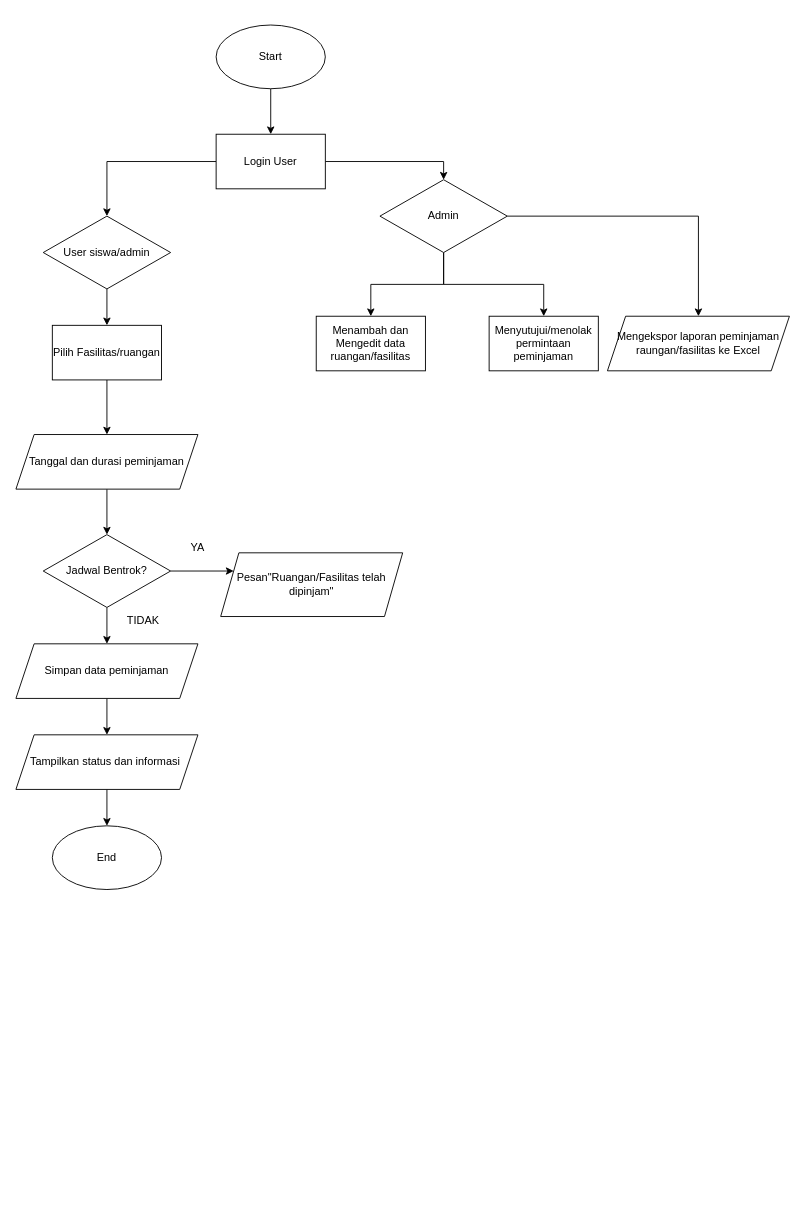
Above: Framework.drawio in ieatcheese99/Framework (draw.io), before the change. Source tidied: cells renumbered, new cells numbered last; positions are measured from the earlier drawing's top-left corner, leaving out a move shared by most shapes. Both pictures are drawn from the tidied source at 91%, with x=0, y=0 at pixel (15, 25).
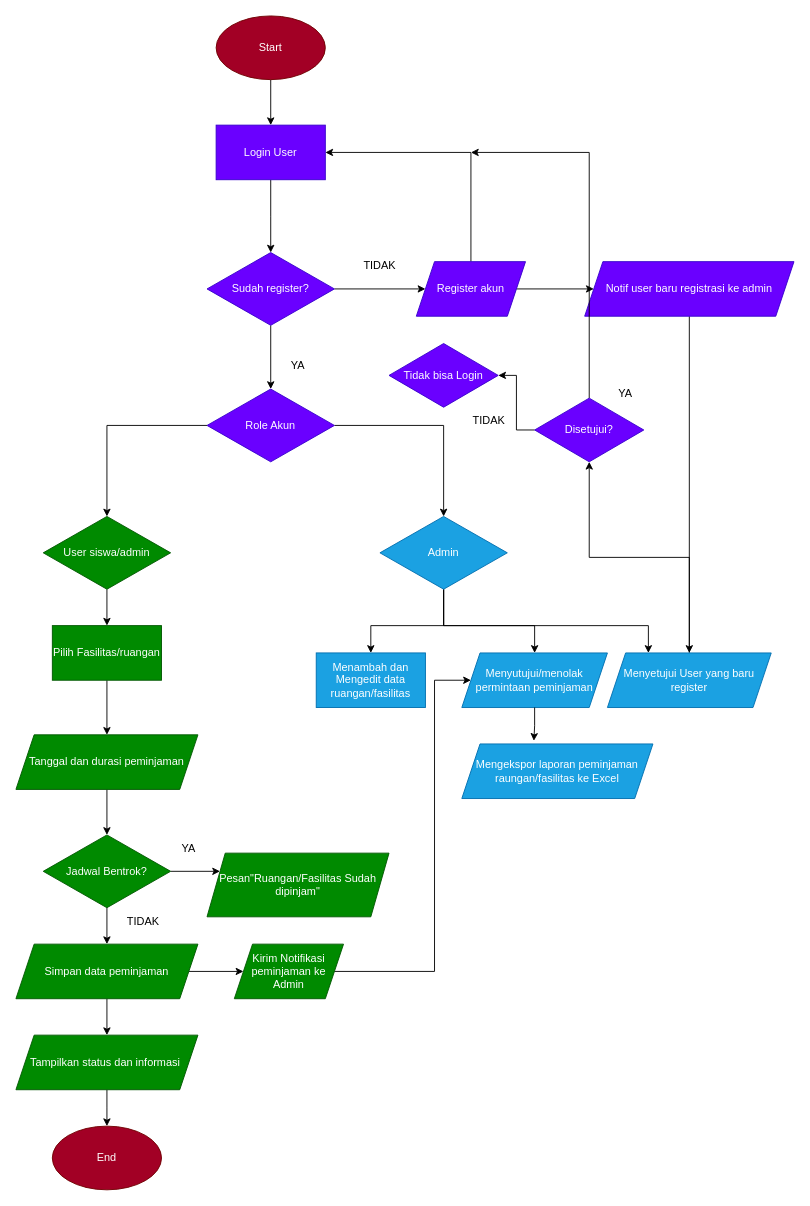
The same diagram, later.

Diff of the diagram source:
```diff
@@
-    <mxCell id="2" style="edgeStyle=orthogonalEdgeStyle;rounded=0;jettySize=auto;html=1;entryX=0.5;entryY=0;entryDx=0;entryDy=0;" parent="1" edge="1" source="4" target="27">
-      <mxGeometry relative="1" as="geometry" />
-    </mxCell>
-    <mxCell id="3" style="edgeStyle=orthogonalEdgeStyle;rounded=0;jettySize=auto;html=1;entryX=0.5;entryY=0;entryDx=0;entryDy=0;" parent="1" edge="1" source="4" target="24">
-      <mxGeometry relative="1" as="geometry" />
-    </mxCell>
+    <mxCell id="32" style="edgeStyle=orthogonalEdgeStyle;rounded=0;jettySize=auto;html=1;" parent="1" edge="1" source="4">
+      <mxGeometry relative="1" as="geometry">
+        <mxPoint x="280" y="250" as="targetPoint" />
+      </mxGeometry>
+    </mxCell>
-    <mxCell id="4" value="Login User" style="rounded=0;whiteSpace=wrap;html=1;" parent="1" vertex="1">
-      <mxGeometry x="220" y="120" width="120" height="60" as="geometry" />
+    <mxCell id="4" value="Login User" style="rounded=0;whiteSpace=wrap;html=1;fillColor=#6a00ff;fontColor=#ffffff;strokeColor=#3700CC;" parent="1" vertex="1">
+      <mxGeometry x="220" y="110" width="120" height="60" as="geometry" />
     </mxCell>
@@
-    <mxCell id="6" value="Pilih Fasilitas/ruangan" style="rounded=0;whiteSpace=wrap;html=1;" parent="1" vertex="1">
-      <mxGeometry x="40" y="330" width="120" height="60" as="geometry" />
+    <mxCell id="6" value="Pilih Fasilitas/ruangan" style="rounded=0;whiteSpace=wrap;html=1;fillColor=#008a00;fontColor=#ffffff;strokeColor=#005700;" parent="1" vertex="1">
+      <mxGeometry x="40" y="660" width="120" height="60" as="geometry" />
     </mxCell>
@@
-    <mxCell id="8" value="Tanggal dan durasi peminjaman" style="shape=parallelogram;perimeter=parallelogramPerimeter;whiteSpace=wrap;html=1;fixedSize=1;" parent="1" vertex="1">
-      <mxGeometry y="450" width="200" height="60" as="geometry" />
+    <mxCell id="8" value="Tanggal dan durasi peminjaman" style="shape=parallelogram;perimeter=parallelogramPerimeter;whiteSpace=wrap;html=1;fixedSize=1;fillColor=#008a00;fontColor=#ffffff;strokeColor=#005700;" parent="1" vertex="1">
+      <mxGeometry y="780" width="200" height="60" as="geometry" />
     </mxCell>
@@
-    <mxCell id="11" value="Jadwal Bentrok?" style="rhombus;whiteSpace=wrap;html=1;" parent="1" vertex="1">
-      <mxGeometry x="30" y="560" width="140" height="80" as="geometry" />
+    <mxCell id="11" value="Jadwal Bentrok?" style="rhombus;whiteSpace=wrap;html=1;fillColor=#008a00;fontColor=#ffffff;strokeColor=#005700;" parent="1" vertex="1">
+      <mxGeometry x="30" y="890" width="140" height="80" as="geometry" />
     </mxCell>
@@
+    <mxCell id="33" style="edgeStyle=orthogonalEdgeStyle;rounded=0;jettySize=auto;html=1;" parent="1" edge="1" source="13" target="47">
+      <mxGeometry relative="1" as="geometry" />
+    </mxCell>
-    <mxCell id="13" value="Simpan data peminjaman" style="shape=parallelogram;perimeter=parallelogramPerimeter;whiteSpace=wrap;html=1;fixedSize=1;" parent="1" vertex="1">
-      <mxGeometry y="680" width="200" height="60" as="geometry" />
+    <mxCell id="13" value="Simpan data peminjaman" style="shape=parallelogram;perimeter=parallelogramPerimeter;whiteSpace=wrap;html=1;fixedSize=1;fillColor=#008a00;fontColor=#ffffff;strokeColor=#005700;" parent="1" vertex="1">
+      <mxGeometry y="1010" width="200" height="60" as="geometry" />
     </mxCell>
-    <mxCell id="14" value="Pesan&quot;Ruangan/Fasilitas telah dipinjam&quot;" style="shape=parallelogram;perimeter=parallelogramPerimeter;whiteSpace=wrap;html=1;fixedSize=1;size=20;" parent="1" vertex="1">
-      <mxGeometry x="225" y="580" width="200" height="70" as="geometry" />
+    <mxCell id="14" value="Pesan&quot;Ruangan/Fasilitas Sudah dipinjam&quot;" style="shape=parallelogram;perimeter=parallelogramPerimeter;whiteSpace=wrap;html=1;fixedSize=1;size=20;fillColor=#008a00;fontColor=#ffffff;strokeColor=#005700;" parent="1" vertex="1">
+      <mxGeometry x="210" y="910" width="200" height="70" as="geometry" />
     </mxCell>
-    <mxCell id="15" style="edgeStyle=orthogonalEdgeStyle;rounded=0;jettySize=auto;html=1;" parent="1" edge="1" source="16" target="31">
-      <mxGeometry relative="1" as="geometry" />
+    <mxCell id="15" style="edgeStyle=orthogonalEdgeStyle;rounded=0;jettySize=auto;html=1;" parent="1" edge="1" source="16">
+      <mxGeometry relative="1" as="geometry">
+        <mxPoint x="100" y="1210" as="targetPoint" />
+      </mxGeometry>
     </mxCell>
-    <mxCell id="16" value="Tampilkan status dan informasi&amp;nbsp;" style="shape=parallelogram;perimeter=parallelogramPerimeter;whiteSpace=wrap;html=1;fixedSize=1;" parent="1" vertex="1">
-      <mxGeometry y="780" width="200" height="60" as="geometry" />
+    <mxCell id="16" value="Tampilkan status dan informasi&amp;nbsp;" style="shape=parallelogram;perimeter=parallelogramPerimeter;whiteSpace=wrap;html=1;fixedSize=1;fillColor=#008a00;fontColor=#ffffff;strokeColor=#005700;" parent="1" vertex="1">
+      <mxGeometry y="1110" width="200" height="60" as="geometry" />
     </mxCell>
     <mxCell id="17" value="YA" style="text;html=1;align=center;verticalAlign=middle;whiteSpace=wrap;rounded=0;" parent="1" vertex="1">
-      <mxGeometry x="170" y="560" width="60" height="30" as="geometry" />
+      <mxGeometry x="160" y="890" width="60" height="30" as="geometry" />
     </mxCell>
     <mxCell id="18" value="TIDAK" style="text;html=1;align=center;verticalAlign=middle;whiteSpace=wrap;rounded=0;" parent="1" vertex="1">
-      <mxGeometry x="110" y="640" width="60" height="30" as="geometry" />
+      <mxGeometry x="110" y="970" width="60" height="30" as="geometry" />
     </mxCell>
-    <mxCell id="19" value="Menambah dan Mengedit data ruangan/fasilitas" style="rounded=0;whiteSpace=wrap;html=1;" parent="1" vertex="1">
-      <mxGeometry x="330" y="320" width="120" height="60" as="geometry" />
+    <mxCell id="19" value="Menambah dan Mengedit data ruangan/fasilitas" style="rounded=0;whiteSpace=wrap;html=1;fillColor=#1ba1e2;fontColor=#ffffff;strokeColor=#006EAF;" parent="1" vertex="1">
+      <mxGeometry x="330" y="690" width="120" height="60" as="geometry" />
     </mxCell>
-    <mxCell id="20" value="Menyutujui/menolak&lt;div&gt;permintaan peminjaman&lt;/div&gt;" style="rounded=0;whiteSpace=wrap;html=1;" parent="1" vertex="1">
-      <mxGeometry x="520" y="320" width="120" height="60" as="geometry" />
-    </mxCell>
     <mxCell id="21" style="edgeStyle=orthogonalEdgeStyle;rounded=0;jettySize=auto;html=1;" parent="1" edge="1" source="24" target="19">
-      <mxGeometry relative="1" as="geometry" />
+      <mxGeometry relative="1" as="geometry">
+        <Array as="points">
+          <mxPoint x="470" y="660" />
+          <mxPoint x="390" y="660" />
+        </Array>
+      </mxGeometry>
     </mxCell>
     <mxCell id="22" style="edgeStyle=orthogonalEdgeStyle;rounded=0;jettySize=auto;html=1;" parent="1" edge="1" source="24" target="20">
-      <mxGeometry relative="1" as="geometry" />
+      <mxGeometry relative="1" as="geometry">
+        <Array as="points">
+          <mxPoint x="470" y="660" />
+          <mxPoint x="570" y="660" />
+        </Array>
+      </mxGeometry>
     </mxCell>
-    <mxCell id="23" style="edgeStyle=orthogonalEdgeStyle;rounded=0;jettySize=auto;html=1;entryX=0.5;entryY=0;entryDx=0;entryDy=0;" parent="1" edge="1" source="24" target="28">
-      <mxGeometry relative="1" as="geometry" />
-    </mxCell>
+    <mxCell id="34" style="edgeStyle=orthogonalEdgeStyle;rounded=0;jettySize=auto;html=1;entryX=0.25;entryY=0;entryDx=0;entryDy=0;" parent="1" edge="1" source="24" target="50">
+      <mxGeometry relative="1" as="geometry">
+        <Array as="points">
+          <mxPoint x="470" y="660" />
+          <mxPoint x="695" y="660" />
+        </Array>
+      </mxGeometry>
+    </mxCell>
-    <mxCell id="24" value="Admin" style="rhombus;whiteSpace=wrap;html=1;" parent="1" vertex="1">
-      <mxGeometry x="400" y="170" width="140" height="80" as="geometry" />
+    <mxCell id="24" value="Admin" style="rhombus;whiteSpace=wrap;html=1;fillColor=#1ba1e2;fontColor=#ffffff;strokeColor=#006EAF;" parent="1" vertex="1">
+      <mxGeometry x="400" y="540" width="140" height="80" as="geometry" />
     </mxCell>
     <mxCell id="25" style="endArrow=classic;html=1;rounded=0;entryX=0.5;entryY=0;entryDx=0;entryDy=0;exitX=0.5;exitY=1;exitDx=0;exitDy=0;" parent="1" edge="1" target="27">
       <mxGeometry relative="1" as="geometry">
-        <mxPoint x="95" y="265" as="sourcePoint" />
+        <mxPoint x="95" y="595" as="sourcePoint" />
       </mxGeometry>
     </mxCell>
@@
-    <mxCell id="27" value="User siswa/admin" style="rhombus;whiteSpace=wrap;html=1;" parent="1" vertex="1">
-      <mxGeometry x="30" y="210" width="140" height="80" as="geometry" />
+    <mxCell id="27" value="User siswa/admin" style="rhombus;whiteSpace=wrap;html=1;fillColor=#008a00;fontColor=#ffffff;strokeColor=#005700;" parent="1" vertex="1">
+      <mxGeometry x="30" y="540" width="140" height="80" as="geometry" />
     </mxCell>
-    <mxCell id="28" value="Mengekspor laporan peminjaman raungan/fasilitas ke Excel" style="shape=parallelogram;perimeter=parallelogramPerimeter;whiteSpace=wrap;html=1;fixedSize=1;" parent="1" vertex="1">
-      <mxGeometry x="650" y="320" width="200" height="60" as="geometry" />
+    <mxCell id="28" value="Mengekspor laporan peminjaman raungan/fasilitas ke Excel" style="shape=parallelogram;perimeter=parallelogramPerimeter;whiteSpace=wrap;html=1;fixedSize=1;fillColor=#1ba1e2;fontColor=#ffffff;strokeColor=#006EAF;" parent="1" vertex="1">
+      <mxGeometry x="490" y="790" width="210" height="60" as="geometry" />
     </mxCell>
@@
-    <mxCell id="30" value="Start" style="ellipse;whiteSpace=wrap;html=1;" parent="1" vertex="1">
-      <mxGeometry x="220" width="120" height="70" as="geometry" />
+    <mxCell id="30" value="Start" style="ellipse;whiteSpace=wrap;html=1;fillColor=#a20025;fontColor=#ffffff;strokeColor=#6F0000;" parent="1" vertex="1">
+      <mxGeometry x="220" y="-10" width="120" height="70" as="geometry" />
     </mxCell>
-    <mxCell id="31" value="End" style="ellipse;whiteSpace=wrap;html=1;" parent="1" vertex="1">
-      <mxGeometry x="40" y="880" width="120" height="70" as="geometry" />
+    <mxCell id="31" value="End" style="ellipse;whiteSpace=wrap;html=1;fillColor=#a20025;fontColor=#ffffff;strokeColor=#6F0000;" parent="1" vertex="1">
+      <mxGeometry x="40" y="1210" width="120" height="70" as="geometry" />
     </mxCell>
+    <mxCell id="35" style="edgeStyle=orthogonalEdgeStyle;rounded=0;jettySize=auto;html=1;" parent="1" edge="1" source="37" target="40">
+      <mxGeometry relative="1" as="geometry" />
+    </mxCell>
+    <mxCell id="36" style="edgeStyle=orthogonalEdgeStyle;rounded=0;jettySize=auto;html=1;" parent="1" edge="1" source="37" target="43">
+      <mxGeometry relative="1" as="geometry" />
+    </mxCell>
+    <mxCell id="37" value="Sudah register?" style="rhombus;whiteSpace=wrap;html=1;fillColor=#6a00ff;fontColor=#ffffff;strokeColor=#3700CC;" parent="1" vertex="1">
+      <mxGeometry x="210" y="250" width="140" height="80" as="geometry" />
+    </mxCell>
+    <mxCell id="38" style="edgeStyle=orthogonalEdgeStyle;rounded=0;jettySize=auto;html=1;entryX=1;entryY=0.5;entryDx=0;entryDy=0;" parent="1" edge="1" source="40" target="4">
+      <mxGeometry relative="1" as="geometry">
+        <Array as="points">
+          <mxPoint x="500" y="140" />
+        </Array>
+      </mxGeometry>
+    </mxCell>
+    <mxCell id="39" style="edgeStyle=orthogonalEdgeStyle;rounded=0;jettySize=auto;html=1;" parent="1" edge="1" source="40" target="52">
+      <mxGeometry relative="1" as="geometry" />
+    </mxCell>
+    <mxCell id="40" value="Register akun" style="shape=parallelogram;perimeter=parallelogramPerimeter;whiteSpace=wrap;html=1;fixedSize=1;fillColor=#6a00ff;strokeColor=#3700CC;fontColor=#ffffff;" parent="1" vertex="1">
+      <mxGeometry x="440" y="260" width="120" height="60" as="geometry" />
+    </mxCell>
+    <mxCell id="41" style="edgeStyle=orthogonalEdgeStyle;rounded=0;jettySize=auto;html=1;entryX=0.5;entryY=0;entryDx=0;entryDy=0;" parent="1" edge="1" source="43" target="27">
+      <mxGeometry relative="1" as="geometry" />
+    </mxCell>
+    <mxCell id="42" style="edgeStyle=orthogonalEdgeStyle;rounded=0;jettySize=auto;html=1;entryX=0.5;entryY=0;entryDx=0;entryDy=0;" parent="1" edge="1" source="43" target="24">
+      <mxGeometry relative="1" as="geometry" />
+    </mxCell>
+    <mxCell id="43" value="Role Akun" style="rhombus;whiteSpace=wrap;html=1;fillColor=#6a00ff;fontColor=#ffffff;strokeColor=#3700CC;" parent="1" vertex="1">
+      <mxGeometry x="210" y="400" width="140" height="80" as="geometry" />
+    </mxCell>
+    <mxCell id="44" value="YA" style="text;html=1;align=center;verticalAlign=middle;whiteSpace=wrap;rounded=0;" parent="1" vertex="1">
+      <mxGeometry x="280" y="360" width="60" height="30" as="geometry" />
+    </mxCell>
+    <mxCell id="45" value="TIDAK" style="text;html=1;align=center;verticalAlign=middle;whiteSpace=wrap;rounded=0;" parent="1" vertex="1">
+      <mxGeometry x="370" y="250" width="60" height="30" as="geometry" />
+    </mxCell>
+    <mxCell id="20" value="Menyutujui/menolak&lt;div&gt;permintaan peminjaman&lt;/div&gt;" style="shape=parallelogram;perimeter=parallelogramPerimeter;whiteSpace=wrap;html=1;fixedSize=1;fillColor=#1ba1e2;strokeColor=#006EAF;fontColor=#ffffff;" parent="1" vertex="1">
+      <mxGeometry x="490" y="690" width="160" height="60" as="geometry" />
+    </mxCell>
+    <mxCell id="46" style="edgeStyle=orthogonalEdgeStyle;rounded=0;jettySize=auto;html=1;entryX=0;entryY=0.5;entryDx=0;entryDy=0;" parent="1" edge="1" source="47" target="20">
+      <mxGeometry relative="1" as="geometry">
+        <Array as="points">
+          <mxPoint x="460" y="1040" />
+          <mxPoint x="460" y="720" />
+        </Array>
+      </mxGeometry>
+    </mxCell>
+    <mxCell id="47" value="Kirim Notifikasi peminjaman ke Admin" style="shape=parallelogram;perimeter=parallelogramPerimeter;whiteSpace=wrap;html=1;fixedSize=1;fillColor=#008a00;strokeColor=#005700;fontColor=#ffffff;" parent="1" vertex="1">
+      <mxGeometry x="240" y="1010" width="120" height="60" as="geometry" />
+    </mxCell>
+    <mxCell id="48" style="edgeStyle=orthogonalEdgeStyle;rounded=0;jettySize=auto;html=1;entryX=0.377;entryY=-0.057;entryDx=0;entryDy=0;entryPerimeter=0;" parent="1" edge="1" source="20" target="28">
+      <mxGeometry relative="1" as="geometry" />
+    </mxCell>
+    <mxCell id="49" style="edgeStyle=orthogonalEdgeStyle;rounded=0;jettySize=auto;html=1;" parent="1" edge="1" source="50" target="55">
+      <mxGeometry relative="1" as="geometry" />
+    </mxCell>
+    <mxCell id="50" value="Menyetujui User yang baru register" style="shape=parallelogram;perimeter=parallelogramPerimeter;whiteSpace=wrap;html=1;fixedSize=1;fillColor=#1ba1e2;strokeColor=#006EAF;fontColor=#ffffff;" parent="1" vertex="1">
+      <mxGeometry x="650" y="690" width="180" height="60" as="geometry" />
+    </mxCell>
+    <mxCell id="51" style="edgeStyle=orthogonalEdgeStyle;rounded=0;jettySize=auto;html=1;entryX=0.5;entryY=0;entryDx=0;entryDy=0;" parent="1" edge="1" source="52" target="50">
+      <mxGeometry relative="1" as="geometry" />
+    </mxCell>
+    <mxCell id="52" value="Notif user baru registrasi ke admin" style="shape=parallelogram;perimeter=parallelogramPerimeter;whiteSpace=wrap;html=1;fixedSize=1;fillColor=#6a00ff;strokeColor=#3700CC;fontColor=#ffffff;" parent="1" vertex="1">
+      <mxGeometry x="625" y="260" width="230" height="60" as="geometry" />
+    </mxCell>
+    <mxCell id="53" style="edgeStyle=orthogonalEdgeStyle;rounded=0;jettySize=auto;html=1;" parent="1" edge="1" source="55">
+      <mxGeometry relative="1" as="geometry">
+        <mxPoint x="500" y="140" as="targetPoint" />
+        <Array as="points">
+          <mxPoint x="630" y="140" />
+        </Array>
+      </mxGeometry>
+    </mxCell>
+    <mxCell id="54" style="edgeStyle=orthogonalEdgeStyle;rounded=0;jettySize=auto;html=1;" parent="1" edge="1" source="55" target="58">
+      <mxGeometry relative="1" as="geometry" />
+    </mxCell>
+    <mxCell id="55" value="Disetujui?" style="rhombus;whiteSpace=wrap;html=1;fillColor=#6a00ff;fontColor=#ffffff;strokeColor=#3700CC;" parent="1" vertex="1">
+      <mxGeometry x="570" y="410" width="120" height="70" as="geometry" />
+    </mxCell>
+    <mxCell id="56" value="YA" style="text;html=1;align=center;verticalAlign=middle;whiteSpace=wrap;rounded=0;" parent="1" vertex="1">
+      <mxGeometry x="640" y="390" width="60" height="30" as="geometry" />
+    </mxCell>
+    <mxCell id="57" value="TIDAK" style="text;html=1;align=center;verticalAlign=middle;whiteSpace=wrap;rounded=0;" parent="1" vertex="1">
+      <mxGeometry x="490" y="420" width="60" height="30" as="geometry" />
+    </mxCell>
+    <mxCell id="58" value="Tidak bisa Login" style="rhombus;whiteSpace=wrap;html=1;fillColor=#6a00ff;fontColor=#ffffff;strokeColor=#3700CC;" parent="1" vertex="1">
+      <mxGeometry x="410" y="350" width="120" height="70" as="geometry" />
+    </mxCell>
```
